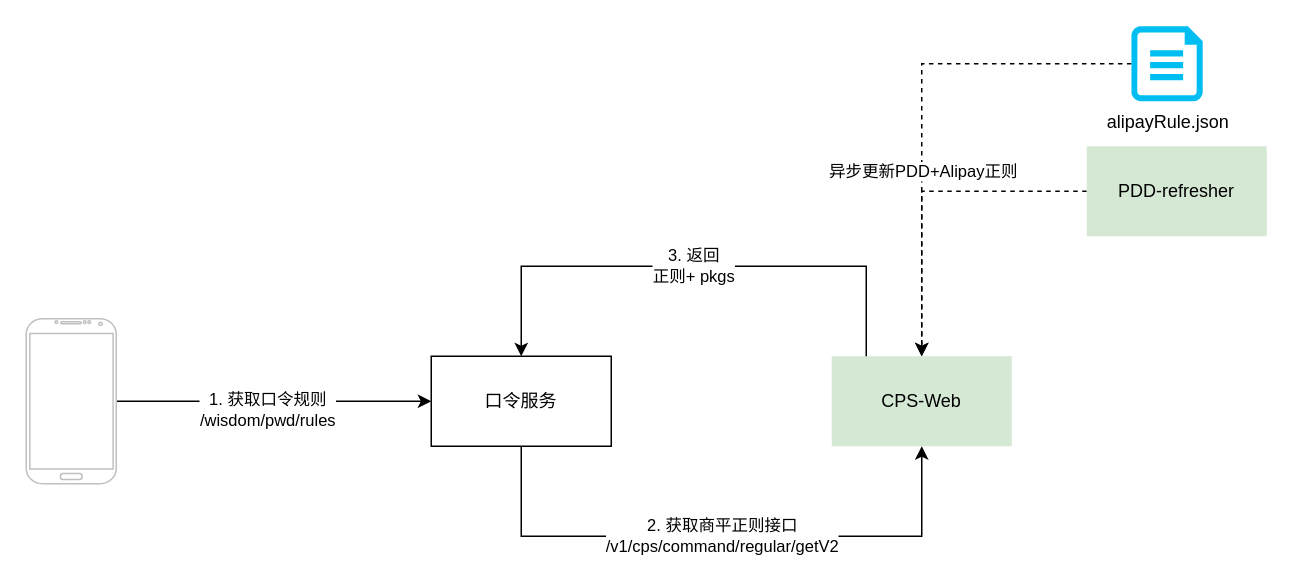
Earlier version of the draw.io diagram page "口令正则架构迁移" (2 of 21) of universal-engine/CPS.drawio (karlchan-cn/drawio-repository). Source tidied: cells renumbered, new cells numbered last; positions are measured from the earlier drawing's top-left corner, leaving out a move shared by most shapes. Both pictures are drawn from the tidied source at 150%, with x=0, y=0 at pixel (26, 26).
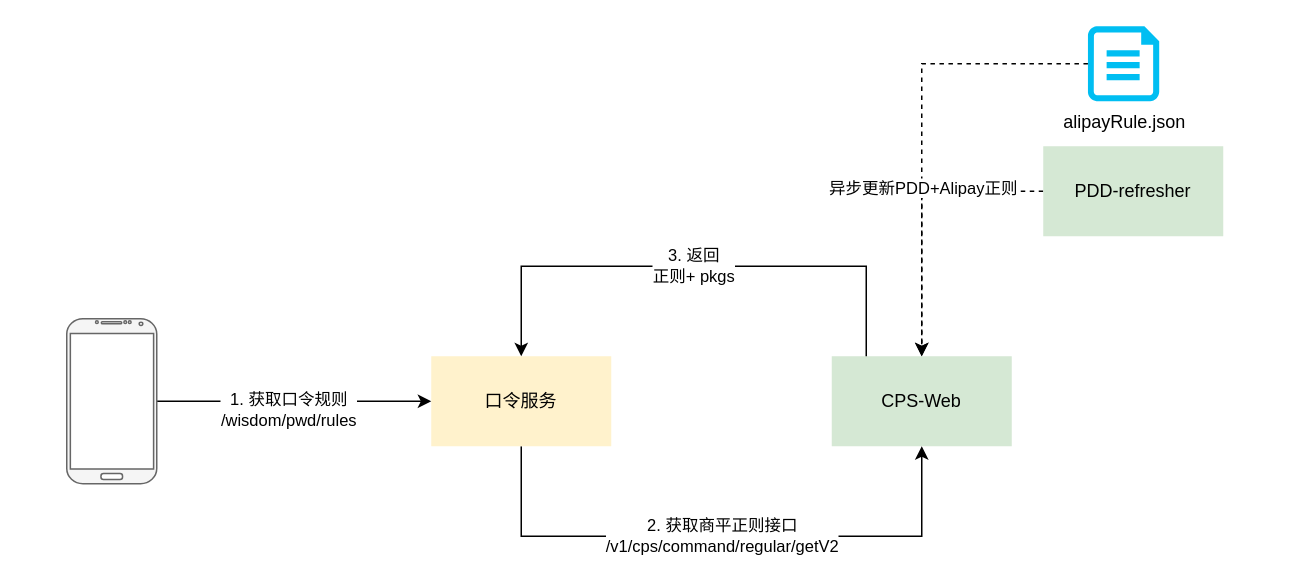
Above is the later version.

The edit, as a diff of the source:
```diff
@@
 <mxGraphModel>
   <root>
     <mxCell id="0" />
     <mxCell id="1" parent="0" />
     <mxCell id="2" value="CPS-Web" style="rounded=0;whiteSpace=wrap;html=1;fillColor=#d5e8d4;strokeColor=none;" parent="1" vertex="1">
       <mxGeometry x="537" y="220" width="120" height="60" as="geometry" />
     </mxCell>
     <mxCell id="3" style="edgeStyle=orthogonalEdgeStyle;rounded=0;jettySize=auto;html=1;dashed=1;" parent="1" edge="1" source="6" target="2">
       <mxGeometry relative="1" as="geometry" />
     </mxCell>
     <mxCell id="4" style="edgeStyle=orthogonalEdgeStyle;rounded=0;jettySize=auto;html=1;entryX=0.5;entryY=0;entryDx=0;entryDy=0;dashed=1;" parent="1" edge="1" source="7" target="2">
       <mxGeometry relative="1" as="geometry" />
     </mxCell>
     <mxCell id="5" value="异步更新PDD+Alipay正则" style="edgeLabel;html=1;align=center;verticalAlign=middle;" parent="4" vertex="1">
       <mxGeometry x="0.26" relative="1" as="geometry" />
     </mxCell>
     <mxCell id="6" value="PDD-refresher" style="rounded=0;whiteSpace=wrap;html=1;fillColor=#d5e8d4;strokeColor=none;" parent="1" vertex="1">
-      <mxGeometry x="707" y="80" width="120" height="60" as="geometry" />
+      <mxGeometry x="678" y="80" width="120" height="60" as="geometry" />
     </mxCell>
     <mxCell id="7" value="alipayRule.json" style="verticalLabelPosition=bottom;html=1;verticalAlign=top;align=center;strokeColor=none;fillColor=#00BEF2;shape=mxgraph.azure.cloud_services_configuration_file;" parent="1" vertex="1">
-      <mxGeometry x="736.8" width="47.5" height="50" as="geometry" />
+      <mxGeometry x="707.8" width="47.5" height="50" as="geometry" />
     </mxCell>
     <mxCell id="8" value="2. 获取商平正则接口&lt;br&gt;&lt;span style=&quot;font-size: 11px;&quot;&gt;/v1/cps/command/regular/getV2&lt;/span&gt;" style="edgeStyle=orthogonalEdgeStyle;rounded=0;jettySize=auto;html=1;entryX=0.5;entryY=1;entryDx=0;entryDy=0;" parent="1" edge="1" source="9" target="2">
       <mxGeometry relative="1" as="geometry">
         <Array as="points">
           <mxPoint x="330" y="340" />
           <mxPoint x="597" y="340" />
         </Array>
       </mxGeometry>
     </mxCell>
-    <mxCell id="9" value="口令服务" style="rounded=0;whiteSpace=wrap;html=1;" parent="1" vertex="1">
+    <mxCell id="9" value="口令服务" style="rounded=0;whiteSpace=wrap;html=1;fillColor=#fff2cc;strokeColor=none;" parent="1" vertex="1">
       <mxGeometry x="270" y="220" width="120" height="60" as="geometry" />
     </mxCell>
     <mxCell id="10" style="edgeStyle=orthogonalEdgeStyle;rounded=0;jettySize=auto;html=1;" parent="1" edge="1" source="12" target="9">
       <mxGeometry relative="1" as="geometry" />
     </mxCell>
     <mxCell id="11" value="1. 获取口令规则&lt;br&gt;/wisdom/pwd/rules" style="edgeLabel;html=1;align=center;verticalAlign=middle;" parent="10" vertex="1">
       <mxGeometry x="-0.05" y="-5" relative="1" as="geometry" />
     </mxCell>
-    <mxCell id="12" style="verticalLabelPosition=bottom;verticalAlign=top;html=1;shadow=0;dashed=0;strokeWidth=1;shape=mxgraph.android.phone2;strokeColor=#c0c0c0;" parent="1" vertex="1">
-      <mxGeometry y="195" width="60" height="110" as="geometry" />
+    <mxCell id="12" style="verticalLabelPosition=bottom;verticalAlign=top;html=1;shadow=0;dashed=0;strokeWidth=1;shape=mxgraph.android.phone2;strokeColor=#666666;fillColor=#f5f5f5;fontColor=#333333;" parent="1" vertex="1">
+      <mxGeometry x="27" y="195" width="60" height="110" as="geometry" />
     </mxCell>
     <mxCell id="13" value="3. 返回 &lt;br&gt;正则+ pkgs" style="edgeStyle=orthogonalEdgeStyle;rounded=0;jettySize=auto;html=1;entryX=0.5;entryY=0;entryDx=0;entryDy=0;" parent="1" edge="1" source="2" target="9">
       <mxGeometry relative="1" as="geometry">
         <Array as="points">
           <mxPoint x="560" y="160" />
           <mxPoint x="330" y="160" />
         </Array>
       </mxGeometry>
     </mxCell>
   </root>
 </mxGraphModel>
```
